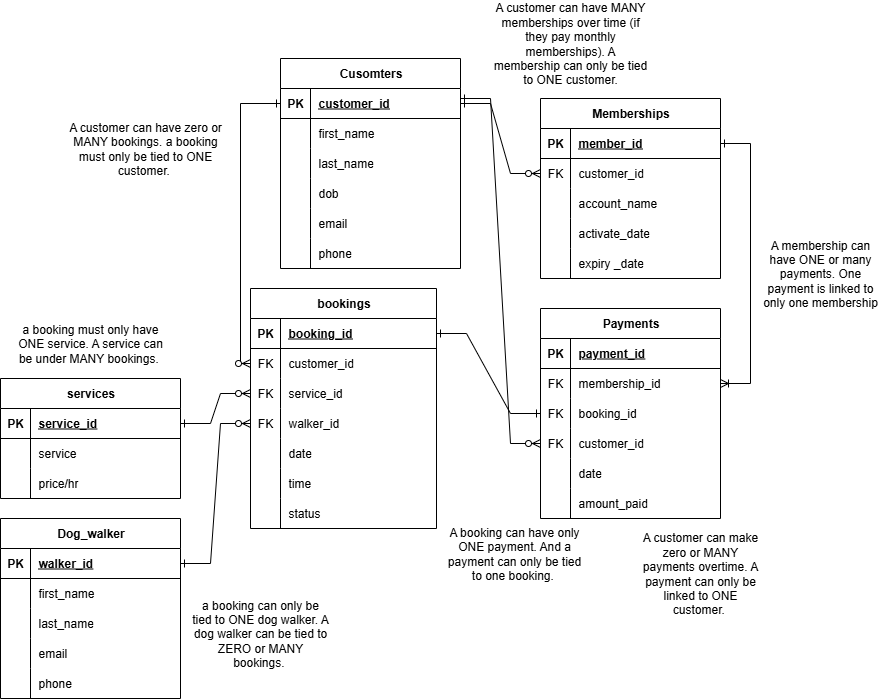
tamarabarnes/DEV1002-Assessment1 keeps this draw.io diagram as DEV1002 Assessment 1 ERD.drawio.png. Above is the earlier version. Source tidied: cells renumbered, new cells last; positions are measured from the earlier drawing's top-left corner, leaving out a move shared by most shapes.
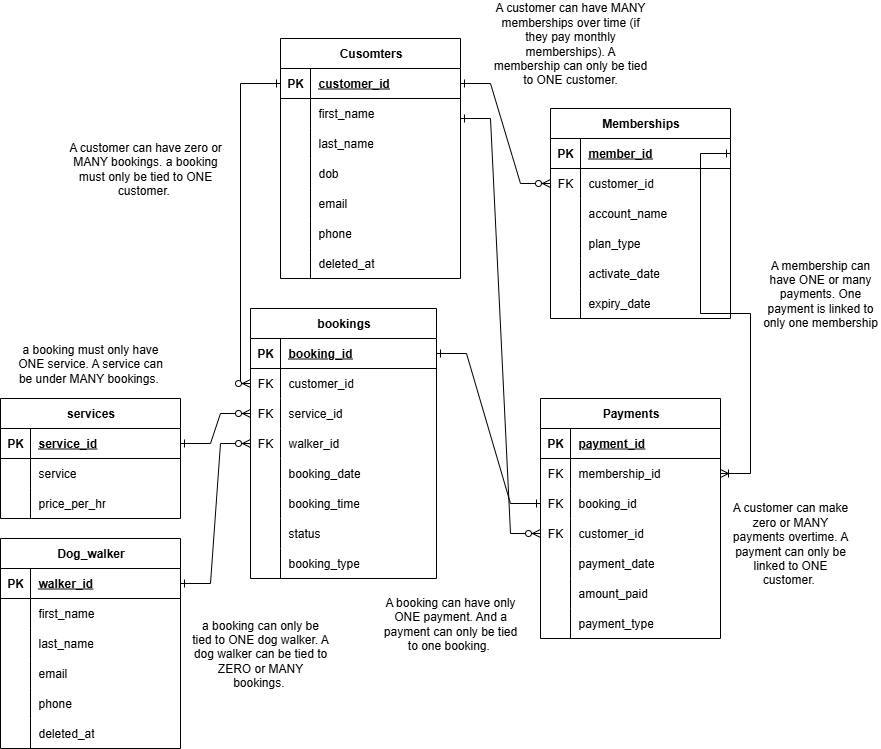
The same file after the commit.

Commit message:
updated ERD image and added integrity checks for memberships, payments

The edit, as a diff of the source:
```diff
@@ -3,7 +3,7 @@
     <mxCell id="0" />
     <mxCell id="1" parent="0" />
     <mxCell id="2" value="Cusomters" style="shape=table;startSize=30;rowLines=0;fontStyle=1;align=center;html=1;" parent="1" vertex="1">
-      <mxGeometry x="280" y="30" width="180" height="210" as="geometry" />
+      <mxGeometry x="280" y="-10" width="180" height="240" as="geometry" />
     </mxCell>
     <mxCell id="3" style="shape=tableRow;horizontal=0;startSize=0;swimlaneHead=0;swimlaneBody=0;fillColor=none;points=[[0,0.5],[1,0.5]];portConstraint=eastwest;top=0;left=0;right=0;bottom=1;" parent="2" vertex="1">
       <mxGeometry y="30" width="180" height="30" as="geometry" />
@@ -59,8 +59,17 @@
     <mxCell id="20" value="phone" style="shape=partialRectangle;fillColor=none;top=0;left=0;bottom=0;right=0;align=left;spacingLeft=6;overflow=hidden;whiteSpace=wrap;html=1;" parent="18" vertex="1">
       <mxGeometry x="30" width="150" height="30" as="geometry" />
     </mxCell>
+    <mxCell id="118" style="shape=tableRow;horizontal=0;startSize=0;swimlaneHead=0;swimlaneBody=0;fillColor=none;top=0;left=0;right=0;bottom=0;" parent="2" vertex="1">
+      <mxGeometry y="210" width="180" height="30" as="geometry" />
+    </mxCell>
+    <mxCell id="119" style="shape=partialRectangle;fillColor=none;top=0;left=0;bottom=0;right=0;overflow=hidden;whiteSpace=wrap;html=1;" parent="118" vertex="1">
+      <mxGeometry width="30" height="30" as="geometry" />
+    </mxCell>
+    <mxCell id="120" value="deleted_at" style="shape=partialRectangle;fillColor=none;top=0;left=0;bottom=0;right=0;align=left;spacingLeft=6;overflow=hidden;whiteSpace=wrap;html=1;" parent="118" vertex="1">
+      <mxGeometry x="30" width="150" height="30" as="geometry" />
+    </mxCell>
     <mxCell id="21" value="Dog_walker" style="shape=table;startSize=30;rowLines=0;fontStyle=1;align=center;html=1;" parent="1" vertex="1">
-      <mxGeometry y="490" width="180" height="180" as="geometry" />
+      <mxGeometry y="490" width="180" height="210" as="geometry" />
     </mxCell>
     <mxCell id="22" style="shape=tableRow;horizontal=0;startSize=0;swimlaneHead=0;swimlaneBody=0;fillColor=none;points=[[0,0.5],[1,0.5]];portConstraint=eastwest;top=0;left=0;right=0;bottom=1;" parent="21" vertex="1">
       <mxGeometry y="30" width="180" height="30" as="geometry" />
@@ -107,6 +116,15 @@
     <mxCell id="36" value="phone&amp;nbsp;" style="shape=partialRectangle;fillColor=none;top=0;left=0;bottom=0;right=0;align=left;spacingLeft=6;overflow=hidden;whiteSpace=wrap;html=1;" parent="34" vertex="1">
       <mxGeometry x="30" width="150" height="30" as="geometry" />
     </mxCell>
+    <mxCell id="121" style="shape=tableRow;horizontal=0;startSize=0;swimlaneHead=0;swimlaneBody=0;fillColor=none;top=0;left=0;right=0;bottom=0;" parent="21" vertex="1">
+      <mxGeometry y="180" width="180" height="30" as="geometry" />
+    </mxCell>
+    <mxCell id="122" style="shape=partialRectangle;fillColor=none;top=0;left=0;bottom=0;right=0;overflow=hidden;whiteSpace=wrap;html=1;" parent="121" vertex="1">
+      <mxGeometry width="30" height="30" as="geometry" />
+    </mxCell>
+    <mxCell id="123" value="deleted_at" style="shape=partialRectangle;fillColor=none;top=0;left=0;bottom=0;right=0;align=left;spacingLeft=6;overflow=hidden;whiteSpace=wrap;html=1;" parent="121" vertex="1">
+      <mxGeometry x="30" width="150" height="30" as="geometry" />
+    </mxCell>
     <mxCell id="37" value="services" style="shape=table;startSize=30;rowLines=0;fontStyle=1;align=center;html=1;" parent="1" vertex="1">
       <mxGeometry y="350" width="180" height="120" as="geometry" />
     </mxCell>
@@ -134,11 +152,11 @@
     <mxCell id="45" style="shape=partialRectangle;fillColor=none;top=0;left=0;bottom=0;right=0;overflow=hidden;whiteSpace=wrap;html=1;" parent="44" vertex="1">
       <mxGeometry width="30" height="30" as="geometry" />
     </mxCell>
-    <mxCell id="46" value="price/hr" style="shape=partialRectangle;fillColor=none;top=0;left=0;bottom=0;right=0;align=left;spacingLeft=6;overflow=hidden;whiteSpace=wrap;html=1;" parent="44" vertex="1">
+    <mxCell id="46" value="price_per_hr" style="shape=partialRectangle;fillColor=none;top=0;left=0;bottom=0;right=0;align=left;spacingLeft=6;overflow=hidden;whiteSpace=wrap;html=1;" parent="44" vertex="1">
       <mxGeometry x="30" width="150" height="30" as="geometry" />
     </mxCell>
     <mxCell id="47" value="bookings" style="shape=table;startSize=30;rowLines=0;fontStyle=1;align=center;html=1;" parent="1" vertex="1">
-      <mxGeometry x="250" y="260" width="186" height="240" as="geometry" />
+      <mxGeometry x="250" y="260" width="186" height="270" as="geometry" />
     </mxCell>
     <mxCell id="48" style="shape=tableRow;horizontal=0;startSize=0;swimlaneHead=0;swimlaneBody=0;fillColor=none;points=[[0,0.5],[1,0.5]];portConstraint=eastwest;top=0;left=0;right=0;bottom=1;" parent="47" vertex="1">
       <mxGeometry y="30" width="186" height="30" as="geometry" />
@@ -182,7 +200,7 @@
     <mxCell id="61" style="shape=partialRectangle;fillColor=none;top=0;left=0;bottom=0;right=0;overflow=hidden;whiteSpace=wrap;html=1;" parent="60" vertex="1">
       <mxGeometry width="30" height="30" as="geometry" />
     </mxCell>
-    <mxCell id="62" value="date" style="shape=partialRectangle;fillColor=none;top=0;left=0;bottom=0;right=0;align=left;spacingLeft=6;overflow=hidden;whiteSpace=wrap;html=1;" parent="60" vertex="1">
+    <mxCell id="62" value="booking_date" style="shape=partialRectangle;fillColor=none;top=0;left=0;bottom=0;right=0;align=left;spacingLeft=6;overflow=hidden;whiteSpace=wrap;html=1;" parent="60" vertex="1">
       <mxGeometry x="30" width="156" height="30" as="geometry" />
     </mxCell>
     <mxCell id="63" style="shape=tableRow;horizontal=0;startSize=0;swimlaneHead=0;swimlaneBody=0;fillColor=none;top=0;left=0;right=0;bottom=0;" parent="47" vertex="1">
@@ -191,7 +209,7 @@
     <mxCell id="64" style="shape=partialRectangle;fillColor=none;top=0;left=0;bottom=0;right=0;overflow=hidden;whiteSpace=wrap;html=1;" parent="63" vertex="1">
       <mxGeometry width="30" height="30" as="geometry" />
     </mxCell>
-    <mxCell id="65" value="time" style="shape=partialRectangle;fillColor=none;top=0;left=0;bottom=0;right=0;align=left;spacingLeft=6;overflow=hidden;whiteSpace=wrap;html=1;" parent="63" vertex="1">
+    <mxCell id="65" value="booking_time" style="shape=partialRectangle;fillColor=none;top=0;left=0;bottom=0;right=0;align=left;spacingLeft=6;overflow=hidden;whiteSpace=wrap;html=1;" parent="63" vertex="1">
       <mxGeometry x="30" width="156" height="30" as="geometry" />
     </mxCell>
     <mxCell id="66" style="shape=tableRow;horizontal=0;startSize=0;swimlaneHead=0;swimlaneBody=0;fillColor=none;top=0;left=0;right=0;bottom=0;" parent="47" vertex="1">
@@ -203,8 +221,17 @@
     <mxCell id="68" value="status" style="shape=partialRectangle;fillColor=none;top=0;left=0;bottom=0;right=0;align=left;spacingLeft=6;overflow=hidden;whiteSpace=wrap;html=1;" parent="66" vertex="1">
       <mxGeometry x="30" width="156" height="30" as="geometry" />
     </mxCell>
+    <mxCell id="124" style="shape=tableRow;horizontal=0;startSize=0;swimlaneHead=0;swimlaneBody=0;fillColor=none;top=0;left=0;right=0;bottom=0;" parent="47" vertex="1">
+      <mxGeometry y="240" width="186" height="30" as="geometry" />
+    </mxCell>
+    <mxCell id="125" style="shape=partialRectangle;fillColor=none;top=0;left=0;bottom=0;right=0;overflow=hidden;whiteSpace=wrap;html=1;" parent="124" vertex="1">
+      <mxGeometry width="30" height="30" as="geometry" />
+    </mxCell>
+    <mxCell id="126" value="booking_type" style="shape=partialRectangle;fillColor=none;top=0;left=0;bottom=0;right=0;align=left;spacingLeft=6;overflow=hidden;whiteSpace=wrap;html=1;" parent="124" vertex="1">
+      <mxGeometry x="30" width="156" height="30" as="geometry" />
+    </mxCell>
     <mxCell id="69" value="Payments" style="shape=table;startSize=30;rowLines=0;fontStyle=1;align=center;html=1;" parent="1" vertex="1">
-      <mxGeometry x="540" y="280" width="180" height="210" as="geometry" />
+      <mxGeometry x="540" y="350" width="180" height="240" as="geometry" />
     </mxCell>
     <mxCell id="70" style="shape=tableRow;horizontal=0;startSize=0;swimlaneHead=0;swimlaneBody=0;fillColor=none;top=0;left=0;right=0;bottom=1;" parent="69" vertex="1">
       <mxGeometry y="30" width="180" height="30" as="geometry" />
@@ -248,7 +275,7 @@
     <mxCell id="83" style="shape=partialRectangle;fillColor=none;top=0;left=0;bottom=0;right=0;overflow=hidden;whiteSpace=wrap;html=1;" parent="82" vertex="1">
       <mxGeometry width="30" height="30" as="geometry" />
     </mxCell>
-    <mxCell id="84" value="date" style="shape=partialRectangle;fillColor=none;top=0;left=0;bottom=0;right=0;align=left;spacingLeft=6;overflow=hidden;whiteSpace=wrap;html=1;" parent="82" vertex="1">
+    <mxCell id="84" value="payment_date" style="shape=partialRectangle;fillColor=none;top=0;left=0;bottom=0;right=0;align=left;spacingLeft=6;overflow=hidden;whiteSpace=wrap;html=1;" parent="82" vertex="1">
       <mxGeometry x="30" width="150" height="30" as="geometry" />
     </mxCell>
     <mxCell id="85" style="shape=tableRow;horizontal=0;startSize=0;swimlaneHead=0;swimlaneBody=0;fillColor=none;top=0;left=0;right=0;bottom=0;" parent="69" vertex="1">
@@ -260,8 +287,17 @@
     <mxCell id="87" value="amount_paid" style="shape=partialRectangle;fillColor=none;top=0;left=0;bottom=0;right=0;align=left;spacingLeft=6;overflow=hidden;whiteSpace=wrap;html=1;" parent="85" vertex="1">
       <mxGeometry x="30" width="150" height="30" as="geometry" />
     </mxCell>
+    <mxCell id="127" style="shape=tableRow;horizontal=0;startSize=0;swimlaneHead=0;swimlaneBody=0;fillColor=none;top=0;left=0;right=0;bottom=0;" parent="69" vertex="1">
+      <mxGeometry y="210" width="180" height="30" as="geometry" />
+    </mxCell>
+    <mxCell id="128" style="shape=partialRectangle;fillColor=none;top=0;left=0;bottom=0;right=0;overflow=hidden;whiteSpace=wrap;html=1;" parent="127" vertex="1">
+      <mxGeometry width="30" height="30" as="geometry" />
+    </mxCell>
+    <mxCell id="129" value="payment_type" style="shape=partialRectangle;fillColor=none;top=0;left=0;bottom=0;right=0;align=left;spacingLeft=6;overflow=hidden;whiteSpace=wrap;html=1;" parent="127" vertex="1">
+      <mxGeometry x="30" width="150" height="30" as="geometry" />
+    </mxCell>
     <mxCell id="88" value="Memberships" style="shape=table;startSize=30;rowLines=0;fontStyle=1;align=center;html=1;" parent="1" vertex="1">
-      <mxGeometry x="540" y="70" width="180" height="180" as="geometry" />
+      <mxGeometry x="550" y="60" width="180" height="210" as="geometry" />
     </mxCell>
     <mxCell id="89" style="shape=tableRow;horizontal=0;startSize=0;swimlaneHead=0;swimlaneBody=0;fillColor=none;points=[[0,0.5],[1,0.5]];portConstraint=eastwest;top=0;left=0;right=0;bottom=1;" parent="88" vertex="1">
       <mxGeometry y="30" width="180" height="30" as="geometry" />
@@ -296,7 +332,7 @@
     <mxCell id="99" style="shape=partialRectangle;fillColor=none;top=0;left=0;bottom=0;right=0;overflow=hidden;whiteSpace=wrap;html=1;" parent="98" vertex="1">
       <mxGeometry width="30" height="30" as="geometry" />
     </mxCell>
-    <mxCell id="100" value="activate_date" style="shape=partialRectangle;fillColor=none;top=0;left=0;bottom=0;right=0;align=left;spacingLeft=6;overflow=hidden;whiteSpace=wrap;html=1;" parent="98" vertex="1">
+    <mxCell id="100" value="plan_type" style="shape=partialRectangle;fillColor=none;top=0;left=0;bottom=0;right=0;align=left;spacingLeft=6;overflow=hidden;whiteSpace=wrap;html=1;" parent="98" vertex="1">
       <mxGeometry x="30" width="150" height="30" as="geometry" />
     </mxCell>
     <mxCell id="101" style="shape=tableRow;horizontal=0;startSize=0;swimlaneHead=0;swimlaneBody=0;fillColor=none;top=0;left=0;right=0;bottom=0;" parent="88" vertex="1">
@@ -305,9 +341,18 @@
     <mxCell id="102" style="shape=partialRectangle;fillColor=none;top=0;left=0;bottom=0;right=0;overflow=hidden;whiteSpace=wrap;html=1;" parent="101" vertex="1">
       <mxGeometry width="30" height="30" as="geometry" />
     </mxCell>
-    <mxCell id="103" value="expiry _date" style="shape=partialRectangle;fillColor=none;top=0;left=0;bottom=0;right=0;align=left;spacingLeft=6;overflow=hidden;whiteSpace=wrap;html=1;" parent="101" vertex="1">
+    <mxCell id="103" value="activate_date" style="shape=partialRectangle;fillColor=none;top=0;left=0;bottom=0;right=0;align=left;spacingLeft=6;overflow=hidden;whiteSpace=wrap;html=1;" parent="101" vertex="1">
       <mxGeometry x="30" width="150" height="30" as="geometry" />
     </mxCell>
+    <mxCell id="130" style="shape=tableRow;horizontal=0;startSize=0;swimlaneHead=0;swimlaneBody=0;fillColor=none;top=0;left=0;right=0;bottom=0;" parent="88" vertex="1">
+      <mxGeometry y="180" width="180" height="30" as="geometry" />
+    </mxCell>
+    <mxCell id="131" style="shape=partialRectangle;fillColor=none;top=0;left=0;bottom=0;right=0;overflow=hidden;whiteSpace=wrap;html=1;" parent="130" vertex="1">
+      <mxGeometry width="30" height="30" as="geometry" />
+    </mxCell>
+    <mxCell id="132" value="expiry_date" style="shape=partialRectangle;fillColor=none;top=0;left=0;bottom=0;right=0;align=left;spacingLeft=6;overflow=hidden;whiteSpace=wrap;html=1;" parent="130" vertex="1">
+      <mxGeometry x="30" width="150" height="30" as="geometry" />
+    </mxCell>
     <mxCell id="104" style="edgeStyle=entityRelationEdgeStyle;fontSize=12;html=1;endArrow=ERzeroToMany;endFill=1;rounded=0;entryX=0;entryY=0.5;entryDx=0;entryDy=0;exitX=1;exitY=0.5;exitDx=0;exitDy=0;startArrow=ERone;startFill=0;" parent="1" edge="1" source="3" target="92">
       <mxGeometry relative="1" as="geometry" />
     </mxCell>
@@ -344,13 +389,13 @@
       <mxGeometry x="190" y="590" width="140" height="30" as="geometry" />
     </mxCell>
     <mxCell id="114" value="A customer can have MANY memberships over time (if they pay monthly memberships). A membership can only be tied to ONE customer." style="text;html=1;align=center;verticalAlign=middle;whiteSpace=wrap;rounded=0;" parent="1" vertex="1">
-      <mxGeometry x="490" width="160" height="30" as="geometry" />
+      <mxGeometry x="490" y="-20" width="160" height="30" as="geometry" />
     </mxCell>
     <mxCell id="115" value="A booking can have only ONE payment. And a payment can only be tied to one booking.&amp;nbsp;" style="text;html=1;align=center;verticalAlign=middle;whiteSpace=wrap;rounded=0;" parent="1" vertex="1">
-      <mxGeometry x="444" y="510" width="140" height="30" as="geometry" />
+      <mxGeometry x="380" y="560" width="140" height="30" as="geometry" />
     </mxCell>
     <mxCell id="116" value="A customer can make zero or MANY payments overtime. A payment can only be linked to ONE customer.&amp;nbsp;" style="text;html=1;align=center;verticalAlign=middle;whiteSpace=wrap;rounded=0;" parent="1" vertex="1">
-      <mxGeometry x="640" y="530" width="120" height="30" as="geometry" />
+      <mxGeometry x="730" y="480" width="120" height="30" as="geometry" />
     </mxCell>
     <mxCell id="117" value="A membership can have ONE or many payments. One payment is linked to only one membership" style="text;html=1;align=center;verticalAlign=middle;whiteSpace=wrap;rounded=0;" parent="1" vertex="1">
       <mxGeometry x="760" y="230" width="120" height="30" as="geometry" />
```
